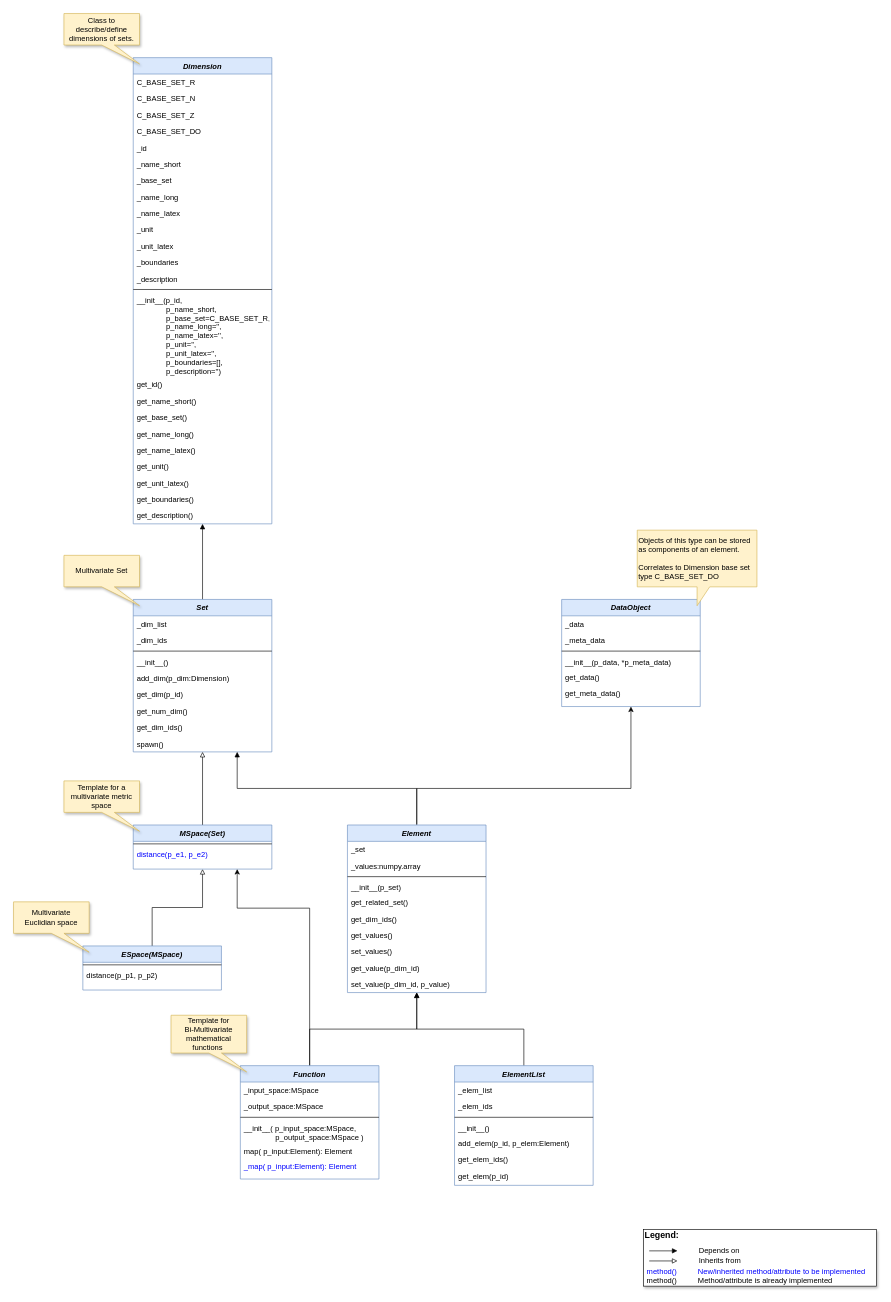
Before: doc/bf/uml_math.drawio in fhswf/MLPro, a draw.io diagram. Source tidied: cells renumbered, new cells numbered last; positions are measured from the earlier drawing's top-left corner, leaving out a move shared by most shapes. Both pictures are drawn from the tidied source at 63%, with x=0, y=0 at pixel (13, 13).
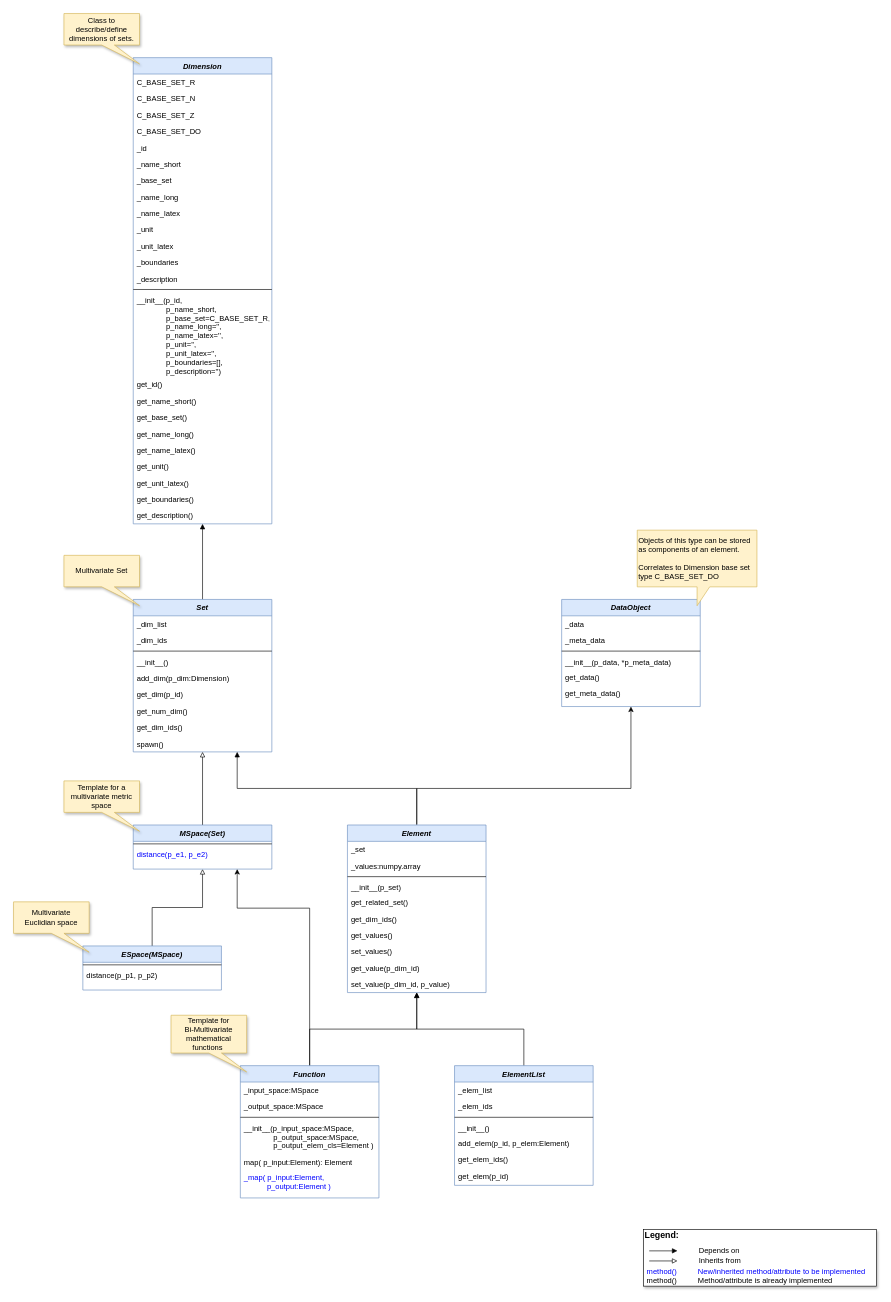
The same diagram, later.

The edit, as a diff of the source:
```diff
@@
     <mxCell id="87" value="Function" style="swimlane;fontStyle=3;align=center;verticalAlign=top;horizontal=1;startSize=26;rounded=0;shadow=0;strokeWidth=1;fillColor=#dae8fc;strokeColor=#6c8ebf;" parent="1" vertex="1">
-      <mxGeometry x="360" y="1670" width="220" height="180" as="geometry" />
+      <mxGeometry x="360" y="1670" width="220" height="210" as="geometry" />
     </mxCell>
@@
-    <mxCell id="91" value="__init__( p_input_space:MSpace,&#10;               p_output_space:MSpace )" style="text;align=left;verticalAlign=top;spacingLeft=4;spacingRight=4;overflow=hidden;" parent="87" vertex="1">
-      <mxGeometry y="86" width="220" height="36" as="geometry" />
+    <mxCell id="91" value="__init__(p_input_space:MSpace,&#10;              p_output_space:MSpace,&#10;              p_output_elem_cls=Element )" style="text;align=left;verticalAlign=top;spacingLeft=4;spacingRight=4;overflow=hidden;" parent="87" vertex="1">
+      <mxGeometry y="86" width="220" height="54" as="geometry" />
     </mxCell>
     <mxCell id="92" value="map( p_input:Element): Element" style="text;align=left;verticalAlign=top;spacingLeft=4;spacingRight=4;overflow=hidden;" parent="87" vertex="1">
-      <mxGeometry y="122" width="220" height="24" as="geometry" />
+      <mxGeometry y="140" width="220" height="24" as="geometry" />
     </mxCell>
-    <mxCell id="93" value="_map( p_input:Element): Element" style="text;align=left;verticalAlign=top;spacingLeft=4;spacingRight=4;overflow=hidden;fontColor=#0000FF;" parent="87" vertex="1">
-      <mxGeometry y="146" width="220" height="24" as="geometry" />
+    <mxCell id="93" value="_map( p_input:Element, &#10;           p_output:Element )" style="text;align=left;verticalAlign=top;spacingLeft=4;spacingRight=4;overflow=hidden;fontColor=#0000FF;" parent="87" vertex="1">
+      <mxGeometry y="164" width="220" height="36" as="geometry" />
     </mxCell>
```
